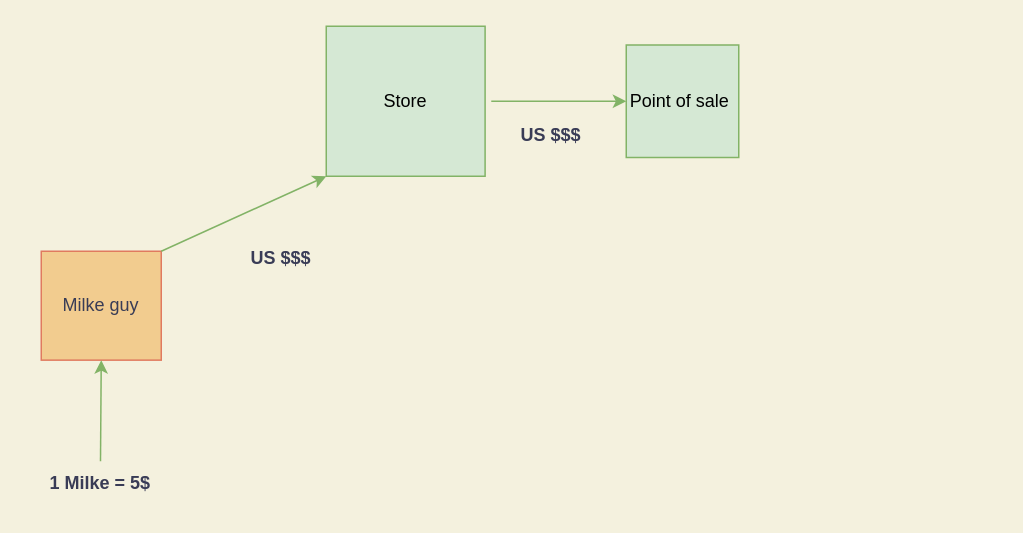
JoshuaTree63/Complete-Python-3-Bootcamp keeps this draw.io diagram as Untitled Diagram.drawio. Above is the earlier version. Source tidied: cells renumbered, new cells numbered last; positions are measured from the earlier drawing's top-left corner, leaving out a move shared by most shapes. Both pictures are drawn from the tidied source at 150%, with x=0, y=0 at pixel (26, 26).
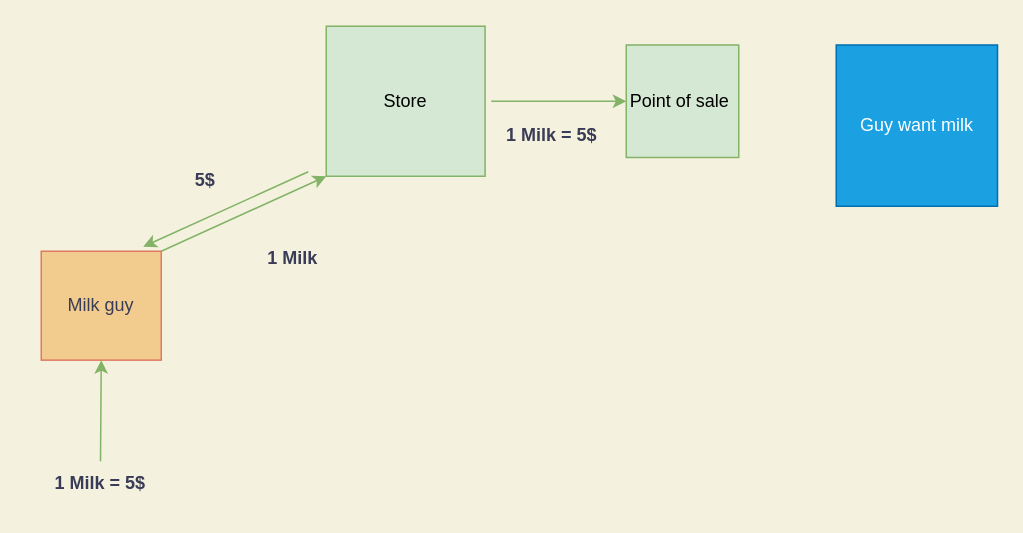
Above is the later version.

What changed in the source:
```diff
@@
 <mxGraphModel background="#F4F1DE">
   <root>
     <mxCell id="0" />
     <mxCell id="1" parent="0" />
     <mxCell id="2" value="Point of sale&amp;nbsp;" style="whiteSpace=wrap;html=1;fillColor=#d5e8d4;strokeColor=#82b366;" parent="1" vertex="1">
       <mxGeometry x="400" y="12.5" width="75" height="75" as="geometry" />
     </mxCell>
     <mxCell id="3" value="Store" style="whiteSpace=wrap;html=1;fillColor=#d5e8d4;strokeColor=#82b366;" parent="1" vertex="1">
       <mxGeometry x="200" width="105.9" height="100" as="geometry" />
     </mxCell>
-    <mxCell id="4" value="Milke guy" style="whiteSpace=wrap;html=1;fillColor=#F2CC8F;strokeColor=#E07A5F;fontColor=#393C56;" parent="1" vertex="1">
+    <mxCell id="4" value="Milk guy" style="whiteSpace=wrap;html=1;fillColor=#F2CC8F;strokeColor=#E07A5F;fontColor=#393C56;" parent="1" vertex="1">
       <mxGeometry x="10" y="150" width="80" height="72.6" as="geometry" />
     </mxCell>
     <mxCell id="5" style="endArrow=classic;html=1;rounded=0;entryX=0;entryY=1;entryDx=0;entryDy=0;exitX=1;exitY=0;exitDx=0;exitDy=0;labelBackgroundColor=#F4F1DE;strokeColor=#82b366;fontColor=#393C56;fillColor=#d5e8d4;" parent="1" edge="1" source="4" target="3">
       <mxGeometry relative="1" as="geometry" />
     </mxCell>
     <mxCell id="6" style="endArrow=classic;html=1;rounded=0;labelBackgroundColor=#F4F1DE;strokeColor=#82b366;fontColor=#393C56;fillColor=#d5e8d4;" parent="1" edge="1" target="2">
       <mxGeometry relative="1" as="geometry">
         <mxPoint x="310" y="50" as="sourcePoint" />
       </mxGeometry>
     </mxCell>
-    <mxCell id="7" value="US $$$" style="text;html=1;strokeColor=none;fillColor=none;align=center;verticalAlign=middle;whiteSpace=wrap;rounded=0;sketch=0;fontColor=#393C56;fontStyle=1;" parent="1" vertex="1">
-      <mxGeometry x="140" y="140" width="60" height="30" as="geometry" />
-    </mxCell>
-    <mxCell id="8" value="US $$$" style="text;html=1;strokeColor=none;fillColor=none;align=center;verticalAlign=middle;whiteSpace=wrap;rounded=0;sketch=0;fontColor=#393C56;fontStyle=1;" parent="1" vertex="1">
-      <mxGeometry x="320" y="57.5" width="60" height="30" as="geometry" />
-    </mxCell>
-    <mxCell id="9" value="1 Milke = 5$" style="text;html=1;strokeColor=none;fillColor=none;align=center;verticalAlign=middle;whiteSpace=wrap;rounded=0;sketch=0;fontColor=#393C56;fontStyle=1;" parent="1" vertex="1">
+    <mxCell id="9" value="1 Milk = 5$" style="text;html=1;strokeColor=none;fillColor=none;align=center;verticalAlign=middle;whiteSpace=wrap;rounded=0;sketch=0;fontColor=#393C56;fontStyle=1;" parent="1" vertex="1">
       <mxGeometry y="290" width="99" height="30" as="geometry" />
     </mxCell>
     <mxCell id="10" style="endArrow=classic;html=1;rounded=0;entryX=0.5;entryY=1;entryDx=0;entryDy=0;exitX=0.5;exitY=0;exitDx=0;exitDy=0;labelBackgroundColor=#F4F1DE;strokeColor=#82b366;fontColor=#393C56;fillColor=#d5e8d4;" parent="1" edge="1" source="9" target="4">
       <mxGeometry relative="1" as="geometry" />
     </mxCell>
+    <mxCell id="11" value="1 Milk&amp;nbsp;" style="text;html=1;strokeColor=none;fillColor=none;align=center;verticalAlign=middle;whiteSpace=wrap;rounded=0;sketch=0;fontColor=#393C56;fontStyle=1;" parent="1" vertex="1">
+      <mxGeometry x="130" y="140" width="99" height="30" as="geometry" />
+    </mxCell>
+    <mxCell id="12" value="1 Milk = 5$" style="text;html=1;strokeColor=none;fillColor=none;align=center;verticalAlign=middle;whiteSpace=wrap;rounded=0;sketch=0;fontColor=#393C56;fontStyle=1;" parent="1" vertex="1">
+      <mxGeometry x="301" y="57.5" width="99" height="30" as="geometry" />
+    </mxCell>
+    <mxCell id="13" value="5$" style="text;html=1;strokeColor=none;fillColor=none;align=center;verticalAlign=middle;whiteSpace=wrap;rounded=0;sketch=0;fontColor=#393C56;fontStyle=1;" parent="1" vertex="1">
+      <mxGeometry x="70" y="87.5" width="99" height="30" as="geometry" />
+    </mxCell>
+    <mxCell id="14" style="endArrow=classic;html=1;rounded=0;labelBackgroundColor=#F4F1DE;strokeColor=#82b366;fontColor=#393C56;fillColor=#d5e8d4;" parent="1" edge="1">
+      <mxGeometry relative="1" as="geometry">
+        <mxPoint x="188" y="97" as="sourcePoint" />
+        <mxPoint x="78" y="147" as="targetPoint" />
+      </mxGeometry>
+    </mxCell>
+    <mxCell id="15" value="Guy want milk" style="whiteSpace=wrap;html=1;fillColor=#1ba1e2;strokeColor=#006EAF;fontColor=#ffffff;" parent="1" vertex="1">
+      <mxGeometry x="540" y="12.5" width="107.5" height="107.5" as="geometry" />
+    </mxCell>
   </root>
 </mxGraphModel>
```
